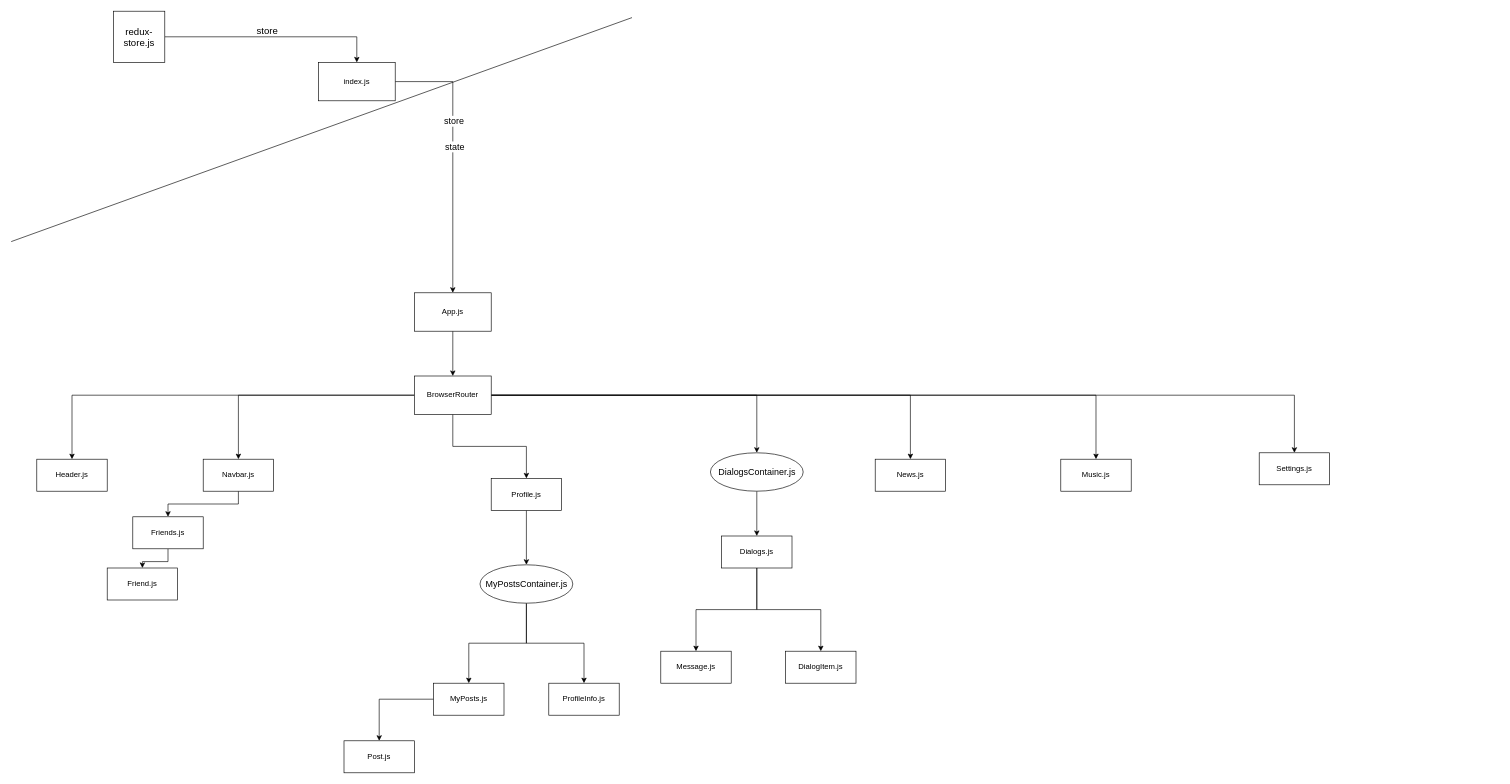
Earlier version of the draw.io diagram Social-Network.drawio (Lonerr7/Youtube-React-Social-Network). Source tidied: cells renumbered, new cells numbered last; positions are measured from the earlier drawing's top-left corner, leaving out a move shared by most shapes. Both pictures are drawn from the tidied source at 64%, with x=0, y=0 at pixel (11, 11).
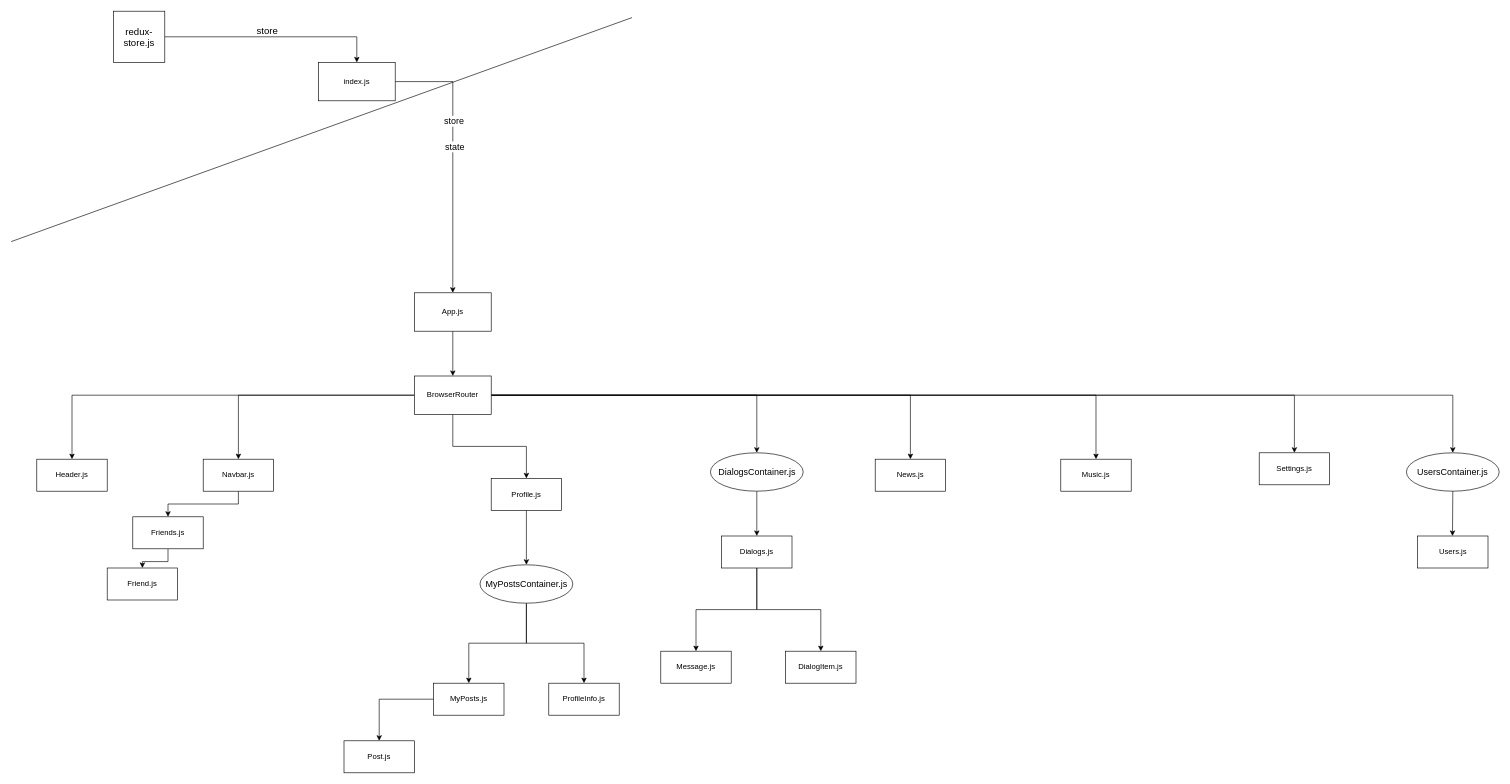
The same page after the edit.

Unchanged cells that the change refers to:
```xml
<mxCell id="9" value="BrowserRouter&lt;br&gt;" style="rounded=0;whiteSpace=wrap;html=1;" parent="1" vertex="1">
  <mxGeometry x="630" y="570" width="120" height="60" as="geometry" />
</mxCell>
```

What changed in the source:
```diff
@@
+    <mxCell id="45" style="edgeStyle=orthogonalEdgeStyle;rounded=0;jettySize=auto;html=1;entryX=0.5;entryY=0;entryDx=0;entryDy=0;" parent="1" edge="1" source="9" target="46">
+      <mxGeometry relative="1" as="geometry" />
+    </mxCell>
@@
+    <mxCell id="46" value="UsersContainer.js" style="ellipse;whiteSpace=wrap;html=1;fontSize=14;" parent="1" vertex="1">
+      <mxGeometry x="2180" y="690" width="145" height="60" as="geometry" />
+    </mxCell>
+    <mxCell id="47" style="edgeStyle=orthogonalEdgeStyle;rounded=0;jettySize=auto;html=1;exitX=0.5;exitY=1;exitDx=0;exitDy=0;fontSize=14;" parent="1" edge="1" source="46">
+      <mxGeometry relative="1" as="geometry">
+        <mxPoint x="2252" y="820" as="targetPoint" />
+      </mxGeometry>
+    </mxCell>
+    <mxCell id="48" value="Users.js" style="rounded=0;whiteSpace=wrap;html=1;" parent="1" vertex="1">
+      <mxGeometry x="2197.5" y="820" width="110" height="50" as="geometry" />
+    </mxCell>
```
